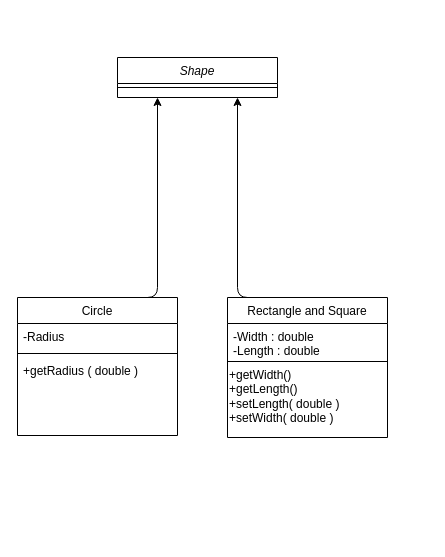
Earlier version of the draw.io diagram Untitled Diagram.drawio (andrei-trifonov/project1). Source tidied: cells renumbered, new cells numbered last; positions are measured from the earlier drawing's top-left corner, leaving out a move shared by most shapes. Both pictures are drawn from the tidied source at 100%, with x=0, y=0 at pixel (17, 57).
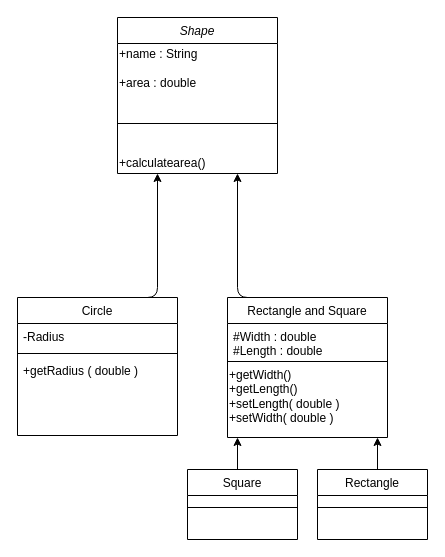
Above is the later version.

The change refers to these unchanged cells:
```xml
<mxCell id="8" value="Rectangle and Square" style="swimlane;fontStyle=0;align=center;verticalAlign=top;horizontal=1;startSize=26;rounded=0;shadow=0;strokeWidth=1;" parent="1" vertex="1">
  <mxGeometry x="210" y="240" width="160" height="140" as="geometry" />
</mxCell>
```

Change to the diagram source:
```diff
@@
     <mxCell id="2" value="Shape" style="swimlane;fontStyle=2;align=center;verticalAlign=top;horizontal=1;startSize=26;rounded=0;shadow=0;strokeWidth=1;" parent="1" vertex="1">
-      <mxGeometry x="100" width="160" height="40" as="geometry" />
+      <mxGeometry x="100" y="-40" width="160" height="156" as="geometry" />
     </mxCell>
+    <mxCell id="14" value="&lt;div align=&quot;left&quot;&gt;+name : String&lt;br&gt;&lt;br&gt;&lt;/div&gt;&lt;div align=&quot;left&quot;&gt;+area : double&lt;/div&gt;" style="text;html=1;align=left;verticalAlign=middle;" parent="2" vertex="1">
+      <mxGeometry y="26" width="160" height="50" as="geometry" />
+    </mxCell>
     <mxCell id="3" style="line;html=1;strokeWidth=1;align=left;verticalAlign=middle;spacingTop=-1;spacingLeft=3;spacingRight=3;labelPosition=right;" parent="2" vertex="1">
-      <mxGeometry y="26" width="160" height="8" as="geometry" />
+      <mxGeometry y="76" width="160" height="60" as="geometry" />
     </mxCell>
+    <mxCell id="15" value="+calculatearea()" style="text;html=1;strokeColor=none;fillColor=none;align=left;verticalAlign=middle;whiteSpace=wrap;rounded=0;" parent="2" vertex="1">
+      <mxGeometry y="136" width="160" height="20" as="geometry" />
+    </mxCell>
@@
-    <mxCell id="9" value="-Width : double &#10;-Length : double" style="text;align=left;verticalAlign=top;spacingLeft=4;spacingRight=4;overflow=hidden;" parent="8" vertex="1">
+    <mxCell id="9" value="#Width : double &#10;#Length : double" style="text;align=left;verticalAlign=top;spacingLeft=4;spacingRight=4;overflow=hidden;" parent="8" vertex="1">
       <mxGeometry y="26" width="160" height="34" as="geometry" />
     </mxCell>
@@
+    <mxCell id="16" style="edgeStyle=orthogonalEdgeStyle;rounded=0;jettySize=auto;html=1;exitX=0.5;exitY=0;exitDx=0;exitDy=0;entryX=0.5;entryY=1;entryDx=0;entryDy=0;" parent="1" edge="1" source="18">
+      <mxGeometry relative="1" as="geometry">
+        <mxPoint x="220" y="380" as="targetPoint" />
+      </mxGeometry>
+    </mxCell>
+    <mxCell id="17" style="edgeStyle=orthogonalEdgeStyle;rounded=0;jettySize=auto;html=1;exitX=0.5;exitY=0;exitDx=0;exitDy=0;entryX=0.5;entryY=1;entryDx=0;entryDy=0;" parent="1" edge="1" source="20">
+      <mxGeometry relative="1" as="geometry">
+        <mxPoint x="360" y="380" as="targetPoint" />
+      </mxGeometry>
+    </mxCell>
+    <mxCell id="18" value="Square" style="swimlane;fontStyle=0;align=center;verticalAlign=top;horizontal=1;startSize=26;rounded=0;shadow=0;strokeWidth=1;" parent="1" vertex="1">
+      <mxGeometry x="170" y="412" width="110" height="70" as="geometry" />
+    </mxCell>
+    <mxCell id="19" style="line;html=1;strokeWidth=1;align=left;verticalAlign=middle;spacingTop=-1;spacingLeft=3;spacingRight=3;labelPosition=right;" parent="18" vertex="1">
+      <mxGeometry y="26" width="110" height="24" as="geometry" />
+    </mxCell>
+    <mxCell id="20" value="Rectangle" style="swimlane;fontStyle=0;align=center;verticalAlign=top;horizontal=1;startSize=26;rounded=0;shadow=0;strokeWidth=1;" parent="1" vertex="1">
+      <mxGeometry x="300" y="412" width="110" height="70" as="geometry" />
+    </mxCell>
+    <mxCell id="21" style="line;html=1;strokeWidth=1;align=left;verticalAlign=middle;spacingTop=-1;spacingLeft=3;spacingRight=3;labelPosition=right;" parent="20" vertex="1">
+      <mxGeometry y="26" width="110" height="24" as="geometry" />
+    </mxCell>
```
